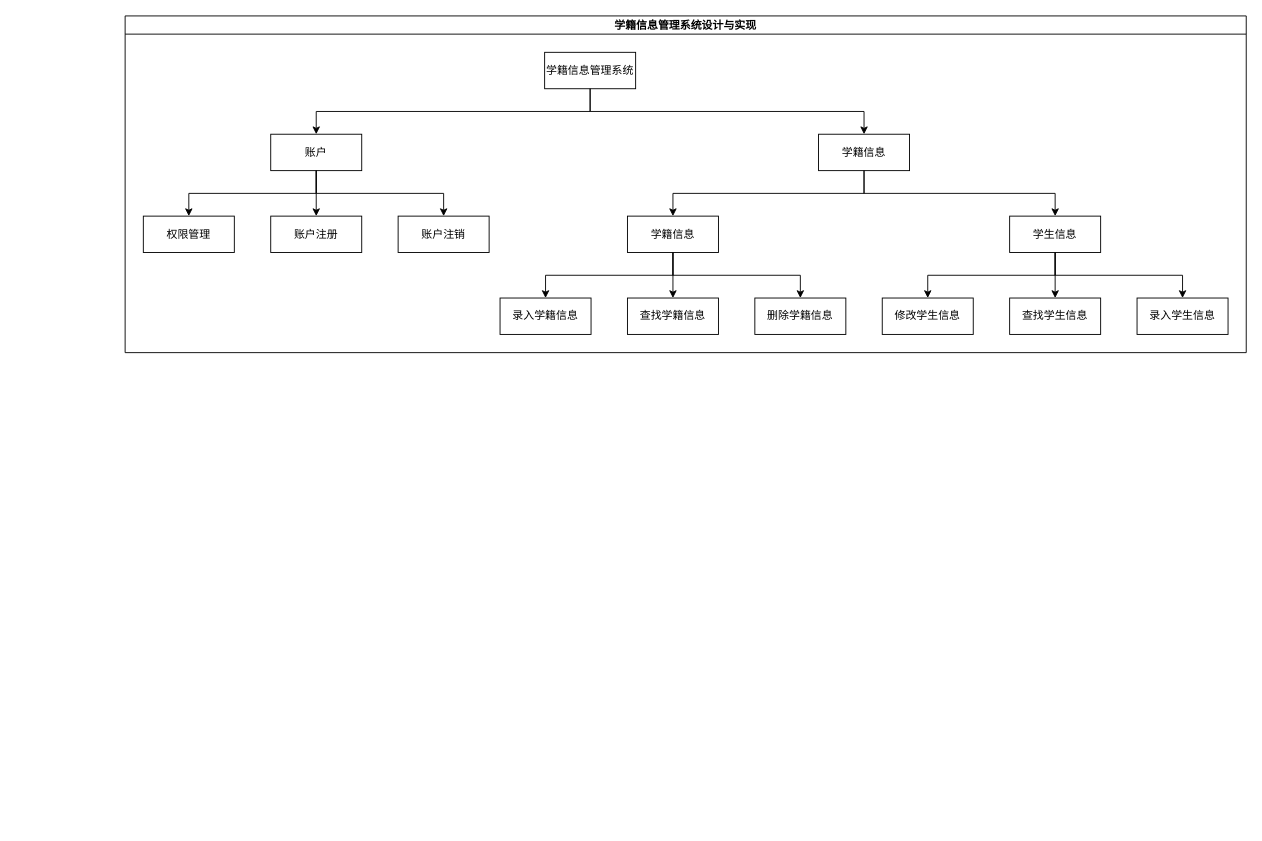
jingyuexing/StudentManagermentSystem-server keeps this draw.io diagram as docs/Graph.dio. Above is the earlier version. Source tidied: cells renumbered, new cells numbered last; positions are measured from the earlier drawing's top-left corner, leaving out a move shared by most shapes. Both pictures are drawn from the tidied source at 91%, with x=0, y=0 at pixel (125, 15).
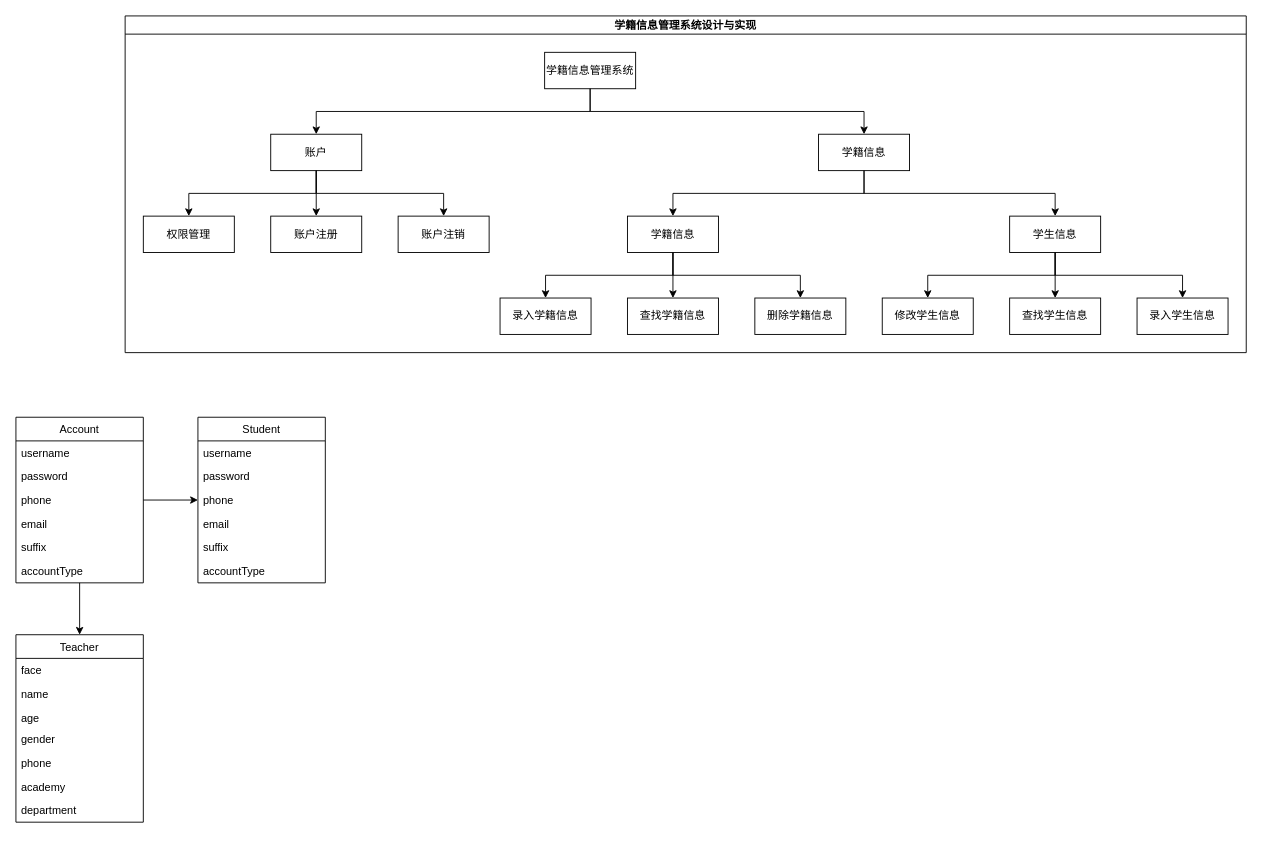
Above is the later version.

Commit message (it also covers changes not shown here):
update: Add account controller logic update: Add student service logic

Change to the diagram source:
```diff
@@
+    <mxCell id="30" style="edgeStyle=none;html=1;" parent="1" edge="1" source="32" target="39">
+      <mxGeometry relative="1" as="geometry" />
+    </mxCell>
+    <mxCell id="31" style="edgeStyle=none;html=1;" parent="1" edge="1" source="32" target="46">
+      <mxGeometry relative="1" as="geometry" />
+    </mxCell>
+    <mxCell id="32" value="Account" style="swimlane;fontStyle=0;horizontal=1;startSize=26;fillColor=none;" parent="1" vertex="1">
+      <mxGeometry x="-120" y="441" width="140" height="182" as="geometry" />
+    </mxCell>
+    <mxCell id="33" value="username" style="text;strokeColor=none;fillColor=none;align=left;verticalAlign=top;spacingLeft=4;spacingRight=4;overflow=hidden;" parent="32" vertex="1">
+      <mxGeometry y="26" width="140" height="26" as="geometry" />
+    </mxCell>
+    <mxCell id="34" value="password" style="text;strokeColor=none;fillColor=none;align=left;verticalAlign=top;spacingLeft=4;spacingRight=4;overflow=hidden;" parent="32" vertex="1">
+      <mxGeometry y="52" width="140" height="26" as="geometry" />
+    </mxCell>
+    <mxCell id="35" value="phone" style="text;strokeColor=none;fillColor=none;align=left;verticalAlign=top;spacingLeft=4;spacingRight=4;overflow=hidden;" parent="32" vertex="1">
+      <mxGeometry y="78" width="140" height="26" as="geometry" />
+    </mxCell>
+    <mxCell id="36" value="email" style="text;strokeColor=none;fillColor=none;align=left;verticalAlign=top;spacingLeft=4;spacingRight=4;overflow=hidden;" parent="32" vertex="1">
+      <mxGeometry y="104" width="140" height="26" as="geometry" />
+    </mxCell>
+    <mxCell id="37" value="suffix" style="text;strokeColor=none;fillColor=none;align=left;verticalAlign=top;spacingLeft=4;spacingRight=4;overflow=hidden;" parent="32" vertex="1">
+      <mxGeometry y="130" width="140" height="26" as="geometry" />
+    </mxCell>
+    <mxCell id="38" value="accountType" style="text;strokeColor=none;fillColor=none;align=left;verticalAlign=top;spacingLeft=4;spacingRight=4;overflow=hidden;" parent="32" vertex="1">
+      <mxGeometry y="156" width="140" height="26" as="geometry" />
+    </mxCell>
+    <mxCell id="39" value="Student" style="swimlane;fontStyle=0;horizontal=1;startSize=26;fillColor=none;" parent="1" vertex="1">
+      <mxGeometry x="80" y="441" width="140" height="182" as="geometry" />
+    </mxCell>
+    <mxCell id="40" value="username" style="text;strokeColor=none;fillColor=none;align=left;verticalAlign=top;spacingLeft=4;spacingRight=4;overflow=hidden;" parent="39" vertex="1">
+      <mxGeometry y="26" width="140" height="26" as="geometry" />
+    </mxCell>
+    <mxCell id="41" value="password" style="text;strokeColor=none;fillColor=none;align=left;verticalAlign=top;spacingLeft=4;spacingRight=4;overflow=hidden;" parent="39" vertex="1">
+      <mxGeometry y="52" width="140" height="26" as="geometry" />
+    </mxCell>
+    <mxCell id="42" value="phone" style="text;strokeColor=none;fillColor=none;align=left;verticalAlign=top;spacingLeft=4;spacingRight=4;overflow=hidden;" parent="39" vertex="1">
+      <mxGeometry y="78" width="140" height="26" as="geometry" />
+    </mxCell>
+    <mxCell id="43" value="email" style="text;strokeColor=none;fillColor=none;align=left;verticalAlign=top;spacingLeft=4;spacingRight=4;overflow=hidden;" parent="39" vertex="1">
+      <mxGeometry y="104" width="140" height="26" as="geometry" />
+    </mxCell>
+    <mxCell id="44" value="suffix" style="text;strokeColor=none;fillColor=none;align=left;verticalAlign=top;spacingLeft=4;spacingRight=4;overflow=hidden;" parent="39" vertex="1">
+      <mxGeometry y="130" width="140" height="26" as="geometry" />
+    </mxCell>
+    <mxCell id="45" value="accountType" style="text;strokeColor=none;fillColor=none;align=left;verticalAlign=top;spacingLeft=4;spacingRight=4;overflow=hidden;" parent="39" vertex="1">
+      <mxGeometry y="156" width="140" height="26" as="geometry" />
+    </mxCell>
+    <mxCell id="46" value="Teacher" style="swimlane;fontStyle=0;horizontal=1;startSize=26;fillColor=none;" parent="1" vertex="1">
+      <mxGeometry x="-120" y="680" width="140" height="206" as="geometry" />
+    </mxCell>
+    <mxCell id="47" value="face" style="text;strokeColor=none;fillColor=none;align=left;verticalAlign=top;spacingLeft=4;spacingRight=4;overflow=hidden;" parent="46" vertex="1">
+      <mxGeometry y="26" width="140" height="26" as="geometry" />
+    </mxCell>
+    <mxCell id="48" value="name" style="text;strokeColor=none;fillColor=none;align=left;verticalAlign=top;spacingLeft=4;spacingRight=4;overflow=hidden;" parent="46" vertex="1">
+      <mxGeometry y="52" width="140" height="26" as="geometry" />
+    </mxCell>
+    <mxCell id="49" value="age" style="text;strokeColor=none;fillColor=none;align=left;verticalAlign=top;spacingLeft=4;spacingRight=4;overflow=hidden;" parent="46" vertex="1">
+      <mxGeometry y="78" width="140" height="24" as="geometry" />
+    </mxCell>
+    <mxCell id="50" value="gender" style="text;strokeColor=none;fillColor=none;align=left;verticalAlign=top;spacingLeft=4;spacingRight=4;overflow=hidden;" parent="46" vertex="1">
+      <mxGeometry y="102" width="140" height="26" as="geometry" />
+    </mxCell>
+    <mxCell id="51" value="phone" style="text;strokeColor=none;fillColor=none;align=left;verticalAlign=top;spacingLeft=4;spacingRight=4;overflow=hidden;" parent="46" vertex="1">
+      <mxGeometry y="128" width="140" height="26" as="geometry" />
+    </mxCell>
+    <mxCell id="52" value="academy" style="text;strokeColor=none;fillColor=none;align=left;verticalAlign=top;spacingLeft=4;spacingRight=4;overflow=hidden;" parent="46" vertex="1">
+      <mxGeometry y="154" width="140" height="26" as="geometry" />
+    </mxCell>
+    <mxCell id="53" value="department" style="text;strokeColor=none;fillColor=none;align=left;verticalAlign=top;spacingLeft=4;spacingRight=4;overflow=hidden;" parent="46" vertex="1">
+      <mxGeometry y="180" width="140" height="26" as="geometry" />
+    </mxCell>
```
